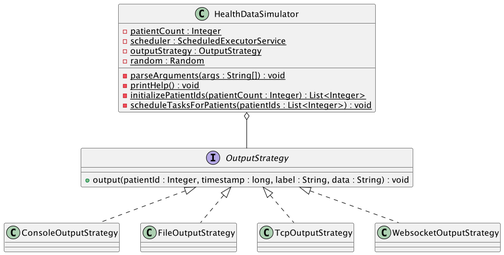
Above: uml_models/class-diagram.png in cartesian-plane/signal_project (PlantUML), before the change. Its diagram source:
```plantuml
@startuml

skinparam dpi 300
HealthDataSimulator o-- OutputStrategy

class HealthDataSimulator {
    - patientCount : Integer {static}
    - scheduler : ScheduledExecutorService {static}
    - outputStrategy : OutputStrategy {static}
    - random : Random {static}

    - parseArguments(args : String[]) : void {static}
    - printHelp() : void {static}
    - initializePatientIds(patientCount : Integer) : List<Integer> {static}
    - scheduleTasksForPatients(patientIds : List<Integer>) : void {static}


}

interface OutputStrategy {
    + output(patientId : Integer, timestamp : long, label : String, data : String) : void
}

class ConsoleOutputStrategy {

}

class FileOutputStrategy {

}



class TcpOutputStrategy {

}

class WebsocketOutputStrategy {

}

class FileOutputStrategy implements OutputStrategy
class ConsoleOutputStrategy implements OutputStrategy
class TcpOutputStrategy implements OutputStrategy
class WebsocketOutputStrategy implements OutputStrategy







@enduml
```
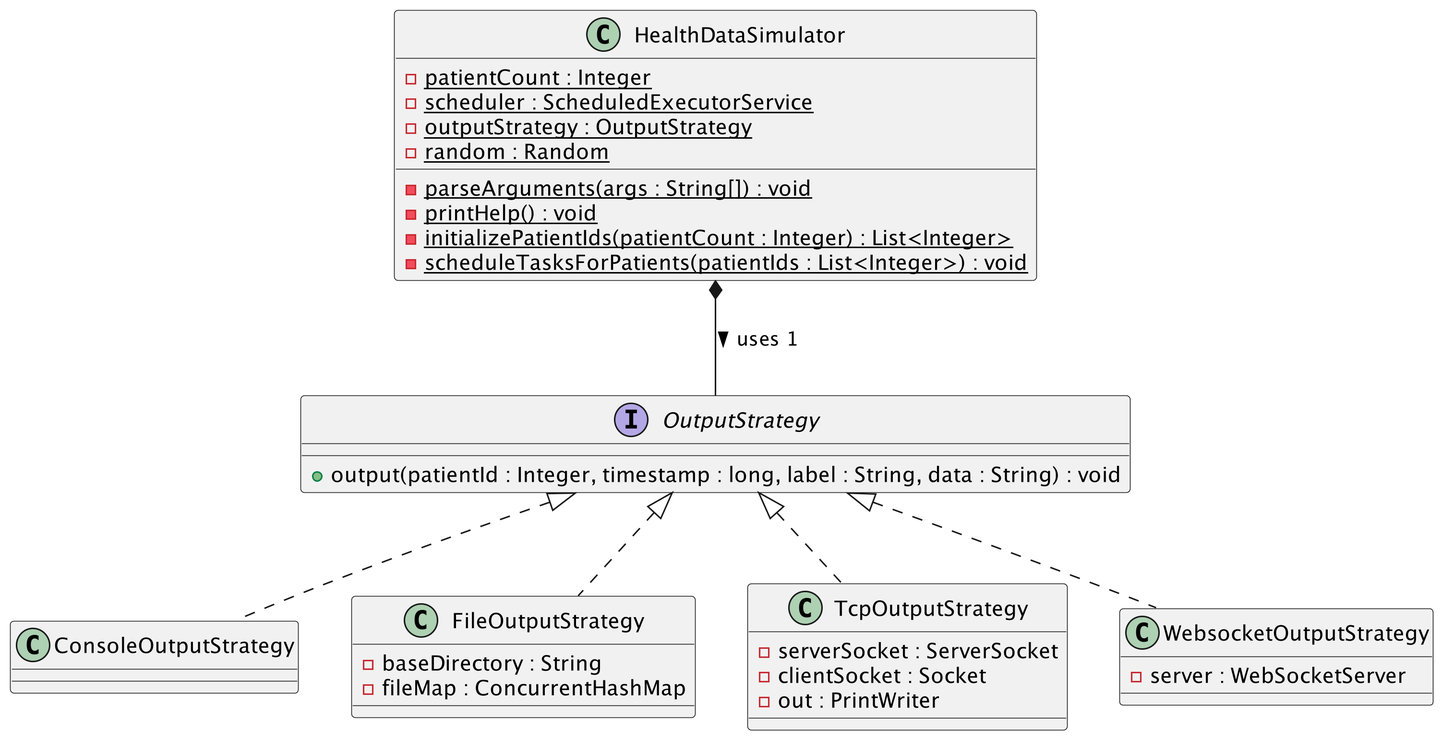
The same file after the commit.

Diff of the diagram source:
```diff
@@ -1,7 +1,8 @@
 @startuml
 
 skinparam dpi 300
-HealthDataSimulator o-- OutputStrategy
+
+HealthDataSimulator *-- OutputStrategy : uses 1 >
 
 class HealthDataSimulator {
     - patientCount : Integer {static}
@@ -26,17 +27,21 @@
 }
 
 class FileOutputStrategy {
+    - baseDirectory : String
+    - fileMap : ConcurrentHashMap
 
 }
 
 
 
 class TcpOutputStrategy {
-
+    - serverSocket : ServerSocket
+    - clientSocket : Socket
+    - out : PrintWriter
 }
 
 class WebsocketOutputStrategy {
-
+    - server : WebSocketServer
 }
 
 class FileOutputStrategy implements OutputStrategy
```
